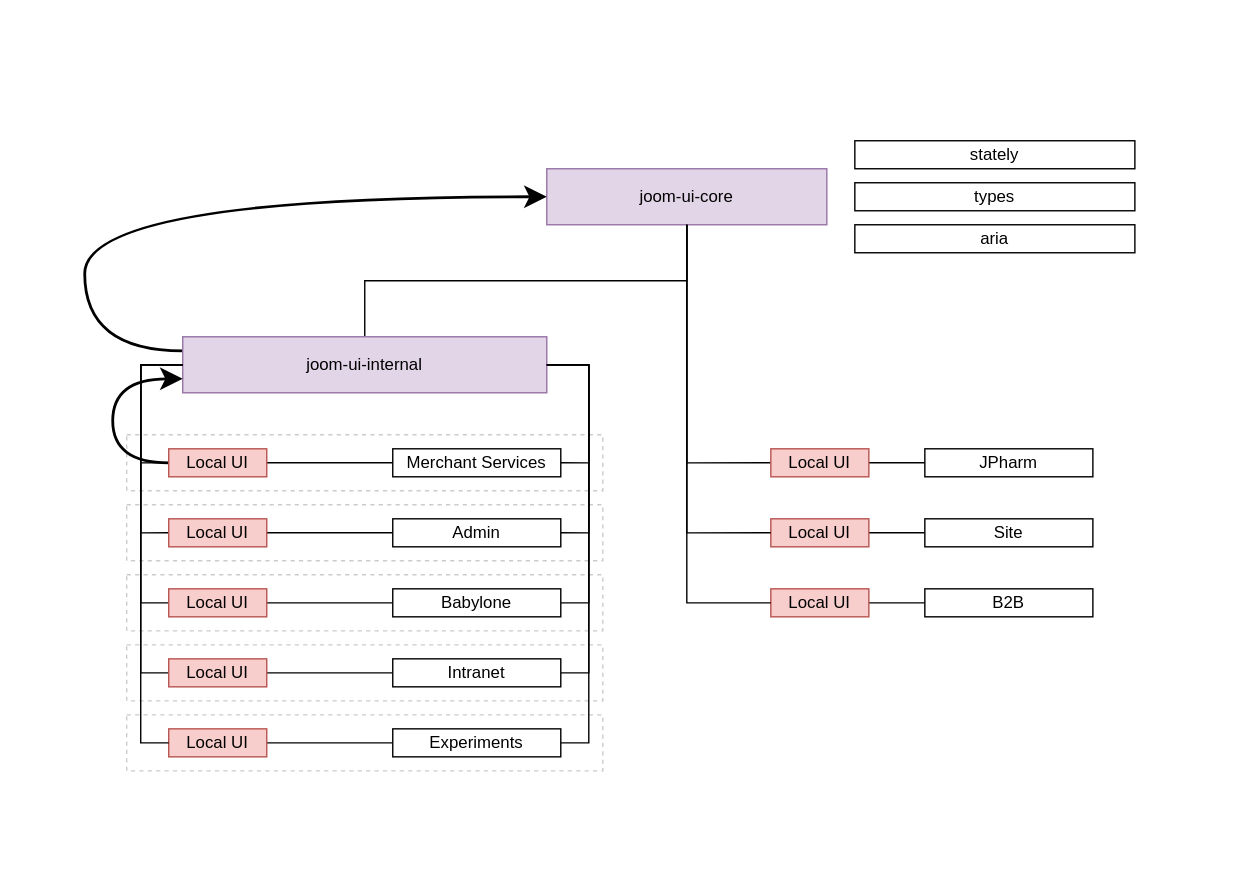
Before: design-system.svg, a diagram exported from draw.io (ajile/draw-io). Source tidied: cells renumbered, new cells last; positions are measured from the earlier drawing's top-left corner, leaving out a move shared by most shapes.
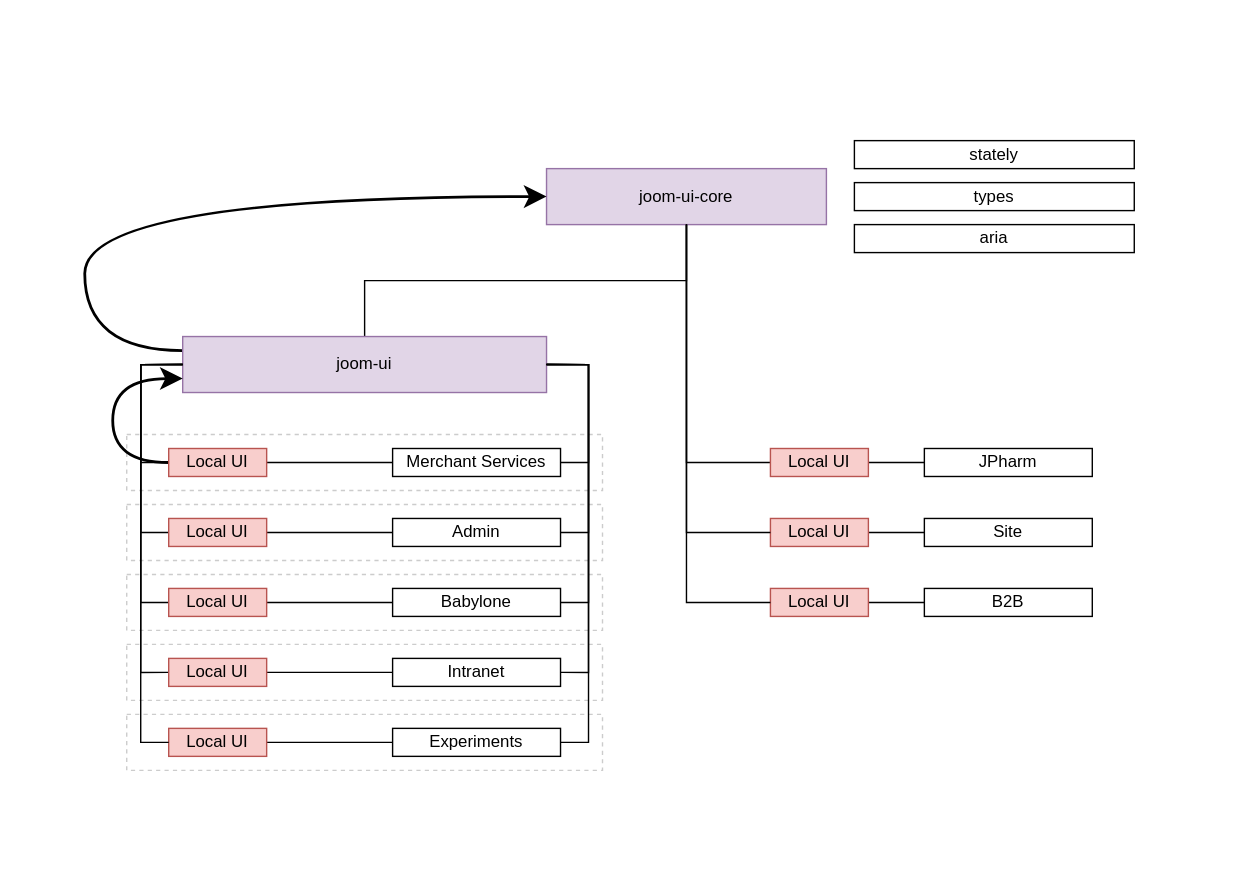
Above is the later version.

What changed in the source:
```diff
@@ -32,7 +32,7 @@
         </Array>
       </mxGeometry>
     </mxCell>
-    <mxCell id="11" value="joom-ui-internal" style="rounded=0;whiteSpace=wrap;html=1;fillColor=#e1d5e7;strokeColor=#9673a6;" parent="3" vertex="1">
+    <mxCell id="11" value="joom-ui" style="rounded=0;whiteSpace=wrap;html=1;fillColor=#e1d5e7;strokeColor=#9673a6;" parent="3" vertex="1">
       <mxGeometry x="130" y="240" width="260" height="40" as="geometry" />
     </mxCell>
     <mxCell id="12" style="edgeStyle=orthogonalEdgeStyle;rounded=0;jettySize=auto;html=1;endArrow=none;endFill=0;startSize=10;endSize=10;exitX=0;exitY=0.5;exitDx=0;exitDy=0;" parent="3" edge="1" source="40" target="8">
```
